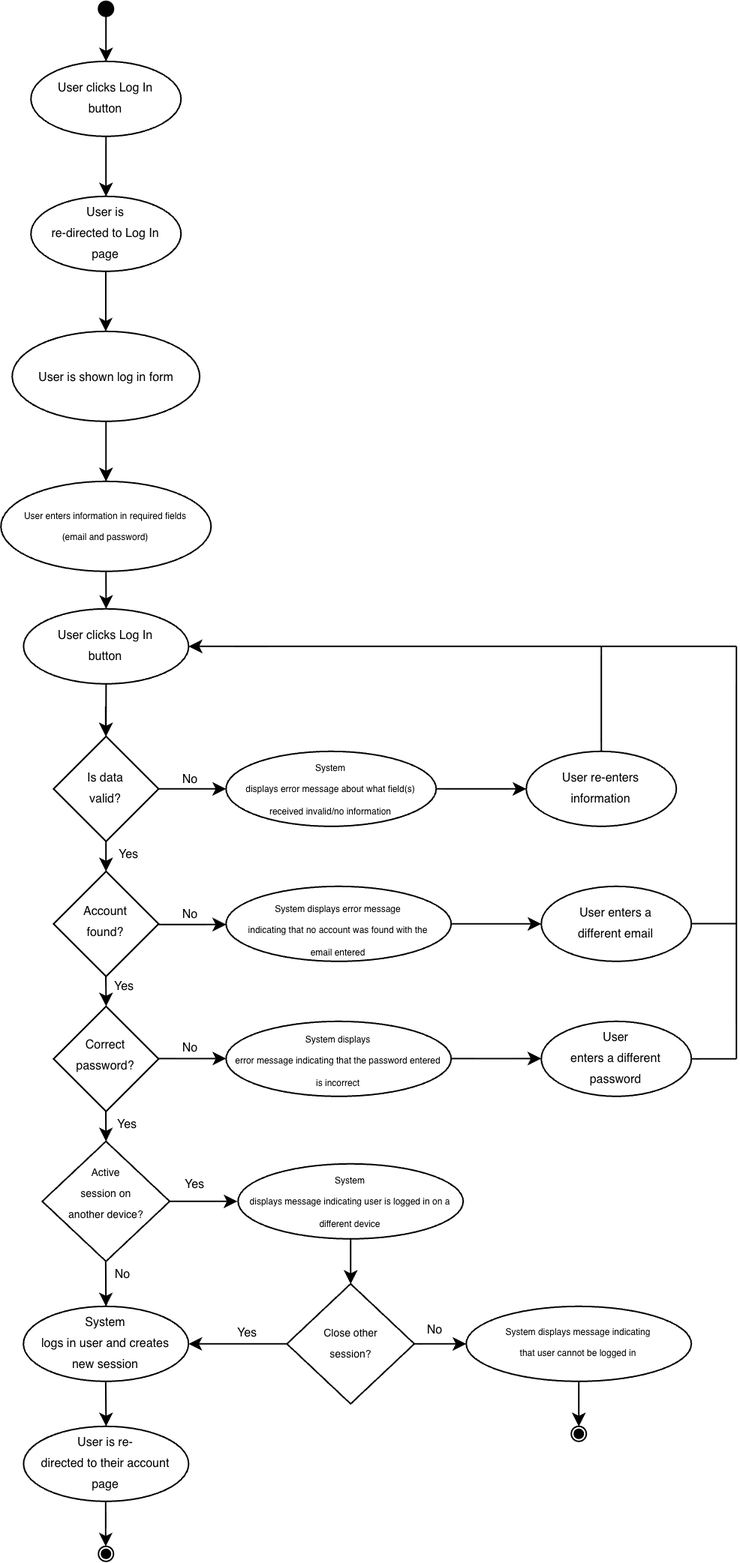
Above: Camila Da Silva/US7_Login/US7_Activity.png in Jason-Kng/Bulldog-Records (draw.io), before the change. Source tidied: cells renumbered, new cells last; positions are measured from the earlier drawing's top-left corner, leaving out a move shared by most shapes.
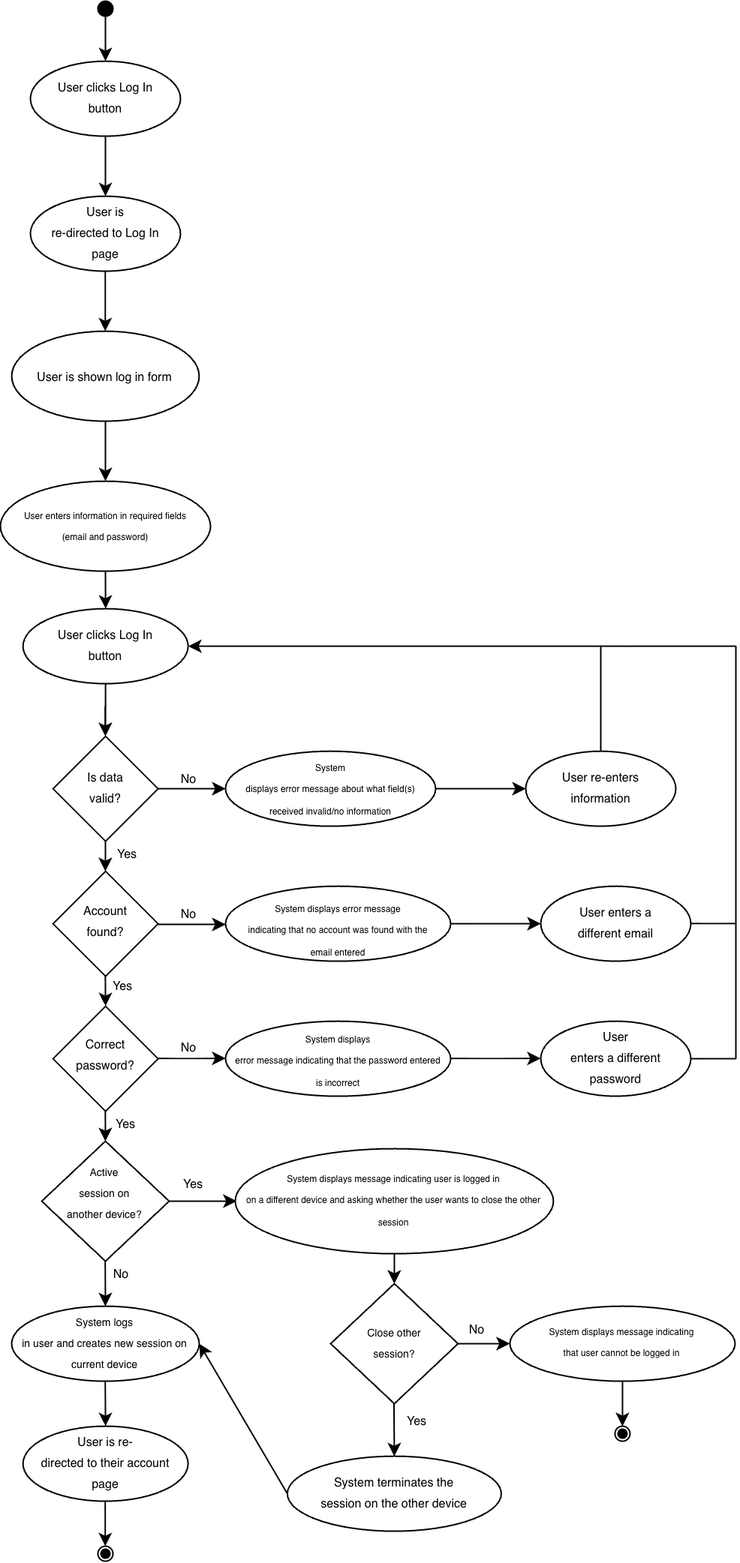
Later version of the same file.

Change to the diagram source:
```diff
@@ -57,8 +57,8 @@
     <mxCell id="16" value="&lt;font style=&quot;color: light-dark(rgb(0, 0, 0), rgb(0, 0, 0)); font-size: 7px;&quot;&gt;Active session on another device?&lt;/font&gt;" style="rhombus;whiteSpace=wrap;html=1;shapeInside=1;strokeColor=light-dark(#000000,#000000);fillColor=light-dark(#FFFFFF,#4D4D4D);" parent="1" vertex="1">
       <mxGeometry x="27.5" y="760" width="84.9" height="80" as="geometry" />
     </mxCell>
-    <mxCell id="17" value="&lt;font style=&quot;font-size: 8px; color: light-dark(rgb(0, 0, 0), rgb(0, 0, 0));&quot;&gt;System logs in user and creates new session&lt;/font&gt;" style="ellipse;whiteSpace=wrap;html=1;shapeInside=1;fillColor=light-dark(#FFFFFF,#4D4D4D);strokeColor=light-dark(#000000,#000000);" parent="1" vertex="1">
-      <mxGeometry x="15" y="870" width="110" height="50" as="geometry" />
+    <mxCell id="17" value="&lt;font style=&quot;color: light-dark(rgb(0, 0, 0), rgb(0, 0, 0)); font-size: 7px;&quot;&gt;System logs in user and creates new session on current device&lt;/font&gt;" style="ellipse;whiteSpace=wrap;html=1;shapeInside=1;fillColor=light-dark(#FFFFFF,#4D4D4D);strokeColor=light-dark(#000000,#000000);" parent="1" vertex="1">
+      <mxGeometry x="7.5" y="870" width="125" height="50" as="geometry" />
     </mxCell>
     <mxCell id="18" value="&lt;font style=&quot;font-size: 8px; color: light-dark(rgb(0, 0, 0), rgb(0, 0, 0));&quot;&gt;User is re-directed to their account page&lt;/font&gt;" style="ellipse;whiteSpace=wrap;html=1;shapeInside=1;fillColor=light-dark(#FFFFFF,#4D4D4D);strokeColor=light-dark(#000000,#000000);" parent="1" vertex="1">
       <mxGeometry x="15.1" y="950" width="110" height="50" as="geometry" />
@@ -234,43 +234,51 @@
         <mxPoint y="-3" as="offset" />
       </mxGeometry>
     </mxCell>
-    <mxCell id="55" value="&lt;br class=&quot;Apple-interchange-newline&quot;&gt;&lt;font style=&quot;color: light-dark(rgb(0, 0, 0), rgb(0, 0, 0)); font-size: 6px;&quot;&gt;System displays message indicating user is logged in on a different device&lt;/font&gt;" style="ellipse;whiteSpace=wrap;html=1;shapeInside=1;fillColor=light-dark(#FFFFFF,#4D4D4D);strokeColor=light-dark(#000000,#000000);" parent="1" vertex="1">
-      <mxGeometry x="158" y="775" width="150" height="50" as="geometry" />
+    <mxCell id="55" value="&lt;br class=&quot;Apple-interchange-newline&quot;&gt;&lt;font style=&quot;color: light-dark(rgb(0, 0, 0), rgb(0, 0, 0)); font-size: 6px;&quot;&gt;System displays message indicating user is logged in on a different device and asking whether the user wants to close the other session&lt;/font&gt;" style="ellipse;whiteSpace=wrap;html=1;shapeInside=1;fillColor=light-dark(#FFFFFF,#4D4D4D);strokeColor=light-dark(#000000,#000000);" parent="1" vertex="1">
+      <mxGeometry x="156.5" y="765" width="212" height="70" as="geometry" />
     </mxCell>
     <mxCell id="56" value="&lt;font style=&quot;color: light-dark(rgb(0, 0, 0), rgb(0, 0, 0)); font-size: 7px;&quot;&gt;Close other session?&lt;/font&gt;" style="rhombus;whiteSpace=wrap;html=1;shapeInside=1;strokeColor=light-dark(#000000,#000000);fillColor=light-dark(#FFFFFF,#4D4D4D);" parent="1" vertex="1">
-      <mxGeometry x="190.5" y="855" width="84.9" height="80" as="geometry" />
+      <mxGeometry x="220" y="855" width="84.9" height="80" as="geometry" />
     </mxCell>
     <mxCell id="57" style="endArrow=classic;html=1;rounded=0;exitX=0.5;exitY=1;exitDx=0;exitDy=0;entryX=0.5;entryY=0;entryDx=0;entryDy=0;strokeColor=light-dark(#000000,#000000);" parent="1" edge="1" source="55" target="56">
       <mxGeometry relative="1" as="geometry" />
     </mxCell>
-    <mxCell id="58" style="endArrow=classic;html=1;rounded=0;exitX=0;exitY=0.5;exitDx=0;exitDy=0;entryX=1;entryY=0.5;entryDx=0;entryDy=0;strokeColor=light-dark(#000000,#000000);" parent="1" edge="1" source="56" target="17">
+    <mxCell id="58" style="endArrow=classic;html=1;rounded=0;entryX=1;entryY=0.5;entryDx=0;entryDy=0;strokeColor=light-dark(#000000,#000000);exitX=0;exitY=0.5;exitDx=0;exitDy=0;" parent="1" edge="1" source="65" target="17">
       <mxGeometry relative="1" as="geometry" />
     </mxCell>
-    <mxCell id="59" value="&lt;font style=&quot;font-size: 8px; color: light-dark(rgb(0, 0, 0), rgb(0, 0, 0));&quot;&gt;Yes&lt;/font&gt;" style="edgeLabel;html=1;align=center;verticalAlign=middle;" parent="1" vertex="1">
-      <mxGeometry x="163" y="889" as="geometry">
-        <mxPoint y="-3" as="offset" />
-      </mxGeometry>
-    </mxCell>
     <mxCell id="60" style="endArrow=classic;html=1;rounded=0;exitX=1;exitY=0.5;exitDx=0;exitDy=0;strokeColor=light-dark(#000000,#000000);" parent="1" edge="1" source="56">
       <mxGeometry relative="1" as="geometry">
-        <mxPoint x="310" y="895" as="targetPoint" />
+        <mxPoint x="339.5" y="895" as="targetPoint" />
       </mxGeometry>
     </mxCell>
     <mxCell id="61" value="&lt;br class=&quot;Apple-interchange-newline&quot;&gt;&lt;font style=&quot;color: light-dark(rgb(0, 0, 0), rgb(0, 0, 0)); font-size: 6px;&quot;&gt;System displays message indicating that user cannot be logged in&lt;/font&gt;" style="ellipse;whiteSpace=wrap;html=1;shapeInside=1;fillColor=light-dark(#FFFFFF,#4D4D4D);strokeColor=light-dark(#000000,#000000);" parent="1" vertex="1">
-      <mxGeometry x="310" y="870" width="150" height="50" as="geometry" />
+      <mxGeometry x="339.5" y="870" width="150" height="50" as="geometry" />
     </mxCell>
     <mxCell id="62" style="endArrow=classic;html=1;rounded=0;exitX=0.5;exitY=1;exitDx=0;exitDy=0;strokeColor=light-dark(#000000,#000000);" parent="1" edge="1" source="61">
       <mxGeometry relative="1" as="geometry">
-        <mxPoint x="385" y="950" as="targetPoint" />
+        <mxPoint x="414.5" y="950" as="targetPoint" />
       </mxGeometry>
     </mxCell>
     <mxCell id="63" style="ellipse;html=1;shape=endState;fillColor=light-dark(#000000,#000000);strokeColor=light-dark(#000000,#000000);" parent="1" vertex="1">
-      <mxGeometry x="380" y="950" width="10" height="10" as="geometry" />
+      <mxGeometry x="409.5" y="950" width="10" height="10" as="geometry" />
     </mxCell>
     <mxCell id="64" value="&lt;font style=&quot;font-size: 8px; color: light-dark(rgb(0, 0, 0), rgb(0, 0, 0));&quot;&gt;No&lt;/font&gt;" style="edgeLabel;html=1;align=center;verticalAlign=middle;" parent="1" vertex="1">
-      <mxGeometry x="291" y="886" as="geometry">
+      <mxGeometry x="320.5" y="886" as="geometry">
         <mxPoint x="-3" y="-2" as="offset" />
       </mxGeometry>
     </mxCell>
+    <mxCell id="65" value="&lt;br class=&quot;Apple-interchange-newline&quot;&gt;&lt;font style=&quot;color: light-dark(rgb(0, 0, 0), rgb(0, 0, 0)); font-size: 8px;&quot;&gt;System terminates the session on the other device&lt;/font&gt;" style="ellipse;whiteSpace=wrap;html=1;shapeInside=1;fillColor=light-dark(#FFFFFF,#4D4D4D);strokeColor=light-dark(#000000,#000000);" parent="1" vertex="1">
+      <mxGeometry x="191.2" y="970" width="142.5" height="50" as="geometry" />
+    </mxCell>
+    <mxCell id="66" style="endArrow=classic;html=1;rounded=0;exitX=0.5;exitY=1;exitDx=0;exitDy=0;strokeColor=light-dark(#000000,#000000);entryX=0.5;entryY=0;entryDx=0;entryDy=0;" parent="1" edge="1" target="65">
+      <mxGeometry relative="1" as="geometry">
+        <mxPoint x="262.2" y="935" as="sourcePoint" />
+      </mxGeometry>
+    </mxCell>
+    <mxCell id="59" value="&lt;font style=&quot;font-size: 8px; color: light-dark(rgb(0, 0, 0), rgb(0, 0, 0));&quot;&gt;Yes&lt;/font&gt;" style="edgeLabel;html=1;align=center;verticalAlign=middle;" parent="1" vertex="1">
+      <mxGeometry x="280" y="947" as="geometry">
+        <mxPoint x="-3" y="-2" as="offset" />
+      </mxGeometry>
+    </mxCell>
   </root>
 </mxGraphModel>
```
